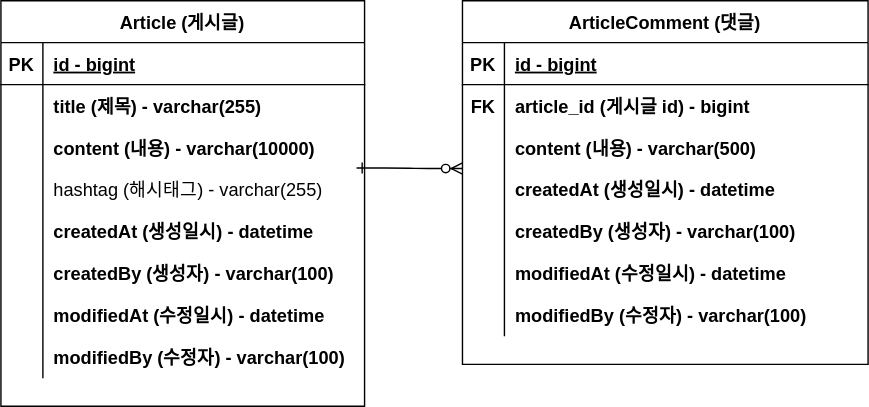
Above: document/board-project.drawio.svg in Seong-Hoon-Lim/fastcampus-board-project (draw.io), before the change. Source tidied: cells renumbered, new cells last; positions are measured from the earlier drawing's top-left corner, leaving out a move shared by most shapes.
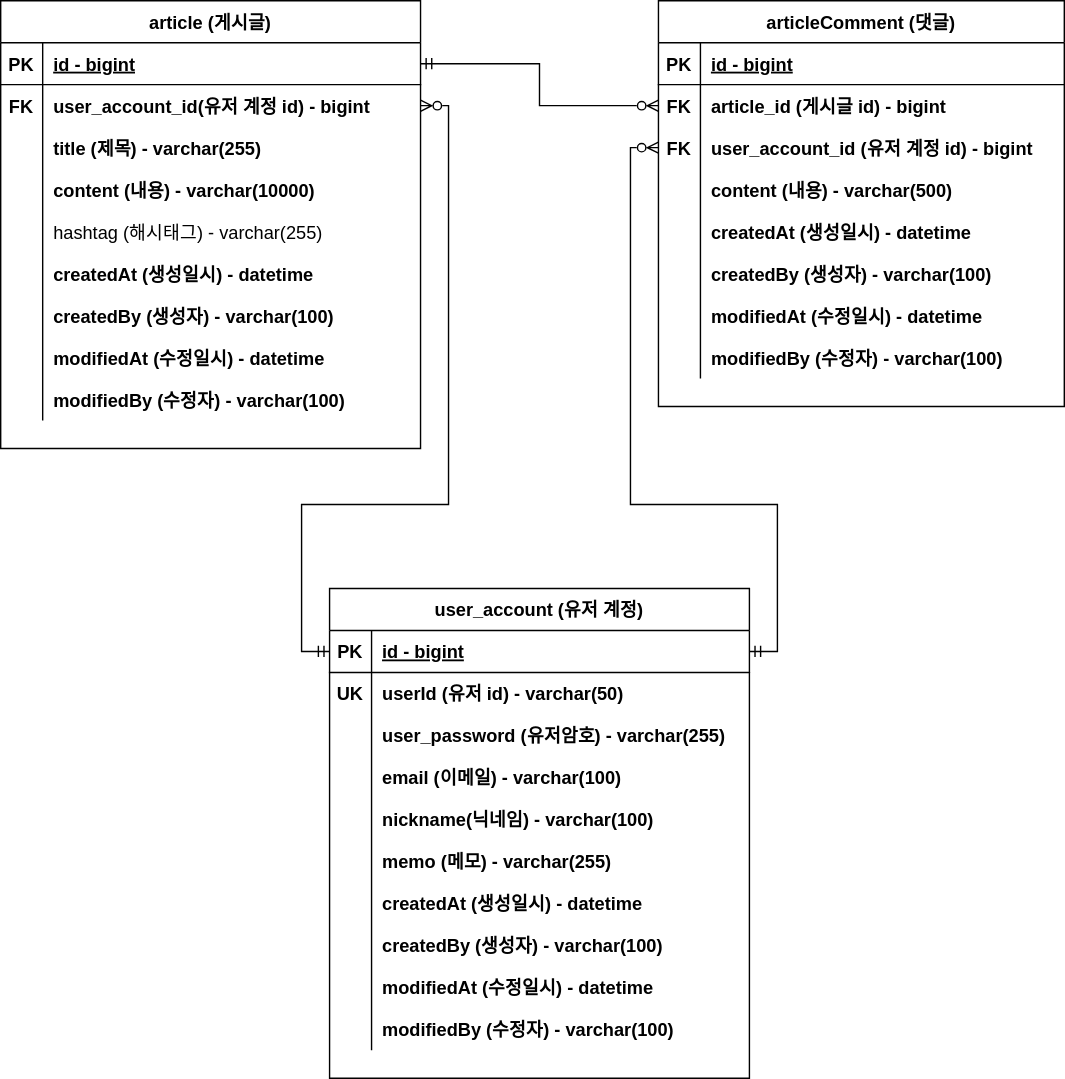
Later version of the same file.

Diff of the diagram source:
```diff
@@ -4,12 +4,7 @@
     <mxCell id="1" parent="0" />
-    <mxCell id="2" style="edgeStyle=entityRelationEdgeStyle;endArrow=ERzeroToMany;startArrow=ERone;endFill=1;startFill=0;exitX=0.978;exitY=0.987;exitDx=0;exitDy=0;fontSize=13;exitPerimeter=0;" parent="1" edge="1" source="10">
-      <mxGeometry relative="1" as="geometry">
-        <mxPoint x="330" y="120" as="targetPoint" />
-      </mxGeometry>
-    </mxCell>
-    <mxCell id="3" value="Article (게시글)" style="shape=table;startSize=30;rowLines=0;fontStyle=1;align=center;fontSize=13;" parent="1" vertex="1">
-      <mxGeometry width="260" height="290" as="geometry" />
+    <mxCell id="3" value="article (게시글)" style="shape=table;startSize=30;rowLines=0;fontStyle=1;align=center;fontSize=13;" parent="1" vertex="1">
+      <mxGeometry x="-80" width="300" height="320" as="geometry" />
     </mxCell>
     <mxCell id="4" style="shape=partialRectangle;fillColor=none;points=[[0,0.5],[1,0.5]];portConstraint=eastwest;top=0;left=0;right=0;bottom=1;fontSize=13;" parent="3" vertex="1">
-      <mxGeometry y="30" width="260" height="30" as="geometry" />
+      <mxGeometry y="30" width="300" height="30" as="geometry" />
     </mxCell>
@@ -19,15 +14,24 @@
     <mxCell id="6" value="id - bigint" style="shape=partialRectangle;overflow=hidden;fillColor=none;top=0;left=0;bottom=0;right=0;align=left;spacingLeft=6;fontStyle=5;fontSize=13;" parent="4" vertex="1">
-      <mxGeometry x="30" width="230" height="30" as="geometry" />
+      <mxGeometry x="30" width="270" height="30" as="geometry" />
     </mxCell>
     <mxCell id="7" style="shape=partialRectangle;fillColor=none;points=[[0,0.5],[1,0.5]];portConstraint=eastwest;top=0;left=0;right=0;bottom=0;fontSize=13;" parent="3" vertex="1">
-      <mxGeometry y="60" width="260" height="30" as="geometry" />
+      <mxGeometry y="60" width="300" height="30" as="geometry" />
     </mxCell>
-    <mxCell id="8" style="shape=partialRectangle;overflow=hidden;fillColor=none;top=0;left=0;bottom=0;right=0;fontSize=13;" parent="7" vertex="1">
+    <mxCell id="8" value="FK" style="shape=partialRectangle;overflow=hidden;fillColor=none;top=0;left=0;bottom=0;right=0;fontSize=13;fontStyle=1;" parent="7" vertex="1">
       <mxGeometry width="30" height="30" as="geometry" />
     </mxCell>
-    <mxCell id="9" value="title (제목) - varchar(255)" style="shape=partialRectangle;overflow=hidden;fillColor=none;top=0;left=0;bottom=0;right=0;align=left;spacingLeft=6;fontStyle=1;fontSize=13;" parent="7" vertex="1">
-      <mxGeometry x="30" width="230" height="30" as="geometry" />
+    <mxCell id="9" value="user_account_id(유저 계정 id) - bigint" style="shape=partialRectangle;overflow=hidden;fillColor=none;top=0;left=0;bottom=0;right=0;align=left;spacingLeft=6;fontStyle=1;fontSize=13;" parent="7" vertex="1">
+      <mxGeometry x="30" width="270" height="30" as="geometry" />
     </mxCell>
+    <mxCell id="50" style="shape=partialRectangle;fillColor=none;top=0;left=0;right=0;bottom=0;fontSize=13;" parent="3" vertex="1">
+      <mxGeometry y="90" width="300" height="30" as="geometry" />
+    </mxCell>
+    <mxCell id="51" style="shape=partialRectangle;overflow=hidden;fillColor=none;top=0;left=0;bottom=0;right=0;fontSize=13;" parent="50" vertex="1">
+      <mxGeometry width="30" height="30" as="geometry" />
+    </mxCell>
+    <mxCell id="52" value="title (제목) - varchar(255)" style="shape=partialRectangle;overflow=hidden;fillColor=none;top=0;left=0;bottom=0;right=0;align=left;spacingLeft=6;fontStyle=1;fontSize=13;" parent="50" vertex="1">
+      <mxGeometry x="30" width="270" height="30" as="geometry" />
+    </mxCell>
     <mxCell id="10" style="shape=partialRectangle;fillColor=none;points=[[0,0.5],[1,0.5]];portConstraint=eastwest;top=0;left=0;right=0;bottom=0;fontSize=13;" parent="3" vertex="1">
-      <mxGeometry y="90" width="260" height="30" as="geometry" />
+      <mxGeometry y="120" width="300" height="30" as="geometry" />
     </mxCell>
@@ -37,6 +41,6 @@
     <mxCell id="12" value="content (내용) - varchar(10000)" style="shape=partialRectangle;overflow=hidden;fillColor=none;top=0;left=0;bottom=0;right=0;align=left;spacingLeft=6;fontStyle=1;fontSize=13;" parent="10" vertex="1">
-      <mxGeometry x="30" width="230" height="30" as="geometry" />
+      <mxGeometry x="30" width="270" height="30" as="geometry" />
     </mxCell>
     <mxCell id="13" style="shape=partialRectangle;fillColor=none;top=0;left=0;right=0;bottom=0;fontSize=13;" parent="3" vertex="1">
-      <mxGeometry y="120" width="260" height="30" as="geometry" />
+      <mxGeometry y="150" width="300" height="30" as="geometry" />
     </mxCell>
@@ -46,6 +50,6 @@
     <mxCell id="15" value="hashtag (해시태그) - varchar(255)" style="shape=partialRectangle;overflow=hidden;fillColor=none;top=0;left=0;bottom=0;right=0;align=left;spacingLeft=6;fontSize=13;" parent="13" vertex="1">
-      <mxGeometry x="30" width="230" height="30" as="geometry" />
+      <mxGeometry x="30" width="270" height="30" as="geometry" />
     </mxCell>
     <mxCell id="16" style="shape=partialRectangle;fillColor=none;top=0;left=0;right=0;bottom=0;fontSize=13;" parent="3" vertex="1">
-      <mxGeometry y="150" width="260" height="30" as="geometry" />
+      <mxGeometry y="180" width="300" height="30" as="geometry" />
     </mxCell>
@@ -55,6 +59,6 @@
     <mxCell id="18" value="createdAt (생성일시) - datetime" style="shape=partialRectangle;overflow=hidden;fillColor=none;top=0;left=0;bottom=0;right=0;align=left;spacingLeft=6;fontStyle=1;fontSize=13;" parent="16" vertex="1">
-      <mxGeometry x="30" width="230" height="30" as="geometry" />
+      <mxGeometry x="30" width="270" height="30" as="geometry" />
     </mxCell>
     <mxCell id="19" style="shape=partialRectangle;fillColor=none;top=0;left=0;right=0;bottom=0;fontSize=13;" parent="3" vertex="1">
-      <mxGeometry y="180" width="260" height="30" as="geometry" />
+      <mxGeometry y="210" width="300" height="30" as="geometry" />
     </mxCell>
@@ -64,6 +68,6 @@
     <mxCell id="21" value="createdBy (생성자) - varchar(100)" style="shape=partialRectangle;overflow=hidden;fillColor=none;top=0;left=0;bottom=0;right=0;align=left;spacingLeft=6;fontStyle=1;fontSize=13;" parent="19" vertex="1">
-      <mxGeometry x="30" width="230" height="30" as="geometry" />
+      <mxGeometry x="30" width="270" height="30" as="geometry" />
     </mxCell>
     <mxCell id="22" style="shape=partialRectangle;fillColor=none;top=0;left=0;right=0;bottom=0;fontSize=13;" parent="3" vertex="1">
-      <mxGeometry y="210" width="260" height="30" as="geometry" />
+      <mxGeometry y="240" width="300" height="30" as="geometry" />
     </mxCell>
@@ -73,6 +77,6 @@
     <mxCell id="24" value="modifiedAt (수정일시) - datetime" style="shape=partialRectangle;overflow=hidden;fillColor=none;top=0;left=0;bottom=0;right=0;align=left;spacingLeft=6;fontStyle=1;fontSize=13;" parent="22" vertex="1">
-      <mxGeometry x="30" width="230" height="30" as="geometry" />
+      <mxGeometry x="30" width="270" height="30" as="geometry" />
     </mxCell>
     <mxCell id="25" style="shape=partialRectangle;fillColor=none;top=0;left=0;right=0;bottom=0;fontSize=13;" parent="3" vertex="1">
-      <mxGeometry y="240" width="260" height="30" as="geometry" />
+      <mxGeometry y="270" width="300" height="30" as="geometry" />
     </mxCell>
@@ -82,6 +86,6 @@
     <mxCell id="27" value="modifiedBy (수정자) - varchar(100)" style="shape=partialRectangle;overflow=hidden;fillColor=none;top=0;left=0;bottom=0;right=0;align=left;spacingLeft=6;fontStyle=1;fontSize=13;" parent="25" vertex="1">
-      <mxGeometry x="30" width="230" height="30" as="geometry" />
+      <mxGeometry x="30" width="270" height="30" as="geometry" />
     </mxCell>
-    <mxCell id="28" value="ArticleComment (댓글)" style="shape=table;startSize=30;rowLines=0;fontStyle=1;align=center;fontSize=13;" parent="1" vertex="1">
-      <mxGeometry x="330" width="290" height="260" as="geometry" />
+    <mxCell id="28" value="articleComment (댓글)" style="shape=table;startSize=30;rowLines=0;fontStyle=1;align=center;fontSize=13;" parent="1" vertex="1">
+      <mxGeometry x="390" width="290" height="290" as="geometry" />
     </mxCell>
@@ -105,4 +109,13 @@
     </mxCell>
+    <mxCell id="53" style="shape=partialRectangle;fillColor=none;points=[[0,0.5],[1,0.5]];portConstraint=eastwest;top=0;left=0;right=0;bottom=0;fontSize=13;" parent="28" vertex="1">
+      <mxGeometry y="90" width="290" height="30" as="geometry" />
+    </mxCell>
+    <mxCell id="54" value="FK" style="shape=partialRectangle;overflow=hidden;fillColor=none;top=0;left=0;bottom=0;right=0;fontSize=13;fontStyle=1;" parent="53" vertex="1">
+      <mxGeometry width="30" height="30" as="geometry" />
+    </mxCell>
+    <mxCell id="55" value="user_account_id (유저 계정 id) - bigint" style="shape=partialRectangle;overflow=hidden;fillColor=none;top=0;left=0;bottom=0;right=0;align=left;spacingLeft=6;fontStyle=1;fontSize=13;" parent="53" vertex="1">
+      <mxGeometry x="30" width="260" height="30" as="geometry" />
+    </mxCell>
     <mxCell id="35" style="shape=partialRectangle;fillColor=none;top=0;left=0;right=0;bottom=0;fontSize=13;" parent="28" vertex="1">
-      <mxGeometry y="90" width="290" height="30" as="geometry" />
+      <mxGeometry y="120" width="290" height="30" as="geometry" />
     </mxCell>
@@ -115,3 +128,3 @@
     <mxCell id="38" style="shape=partialRectangle;fillColor=none;top=0;left=0;right=0;bottom=0;fontSize=13;" parent="28" vertex="1">
-      <mxGeometry y="120" width="290" height="30" as="geometry" />
+      <mxGeometry y="150" width="290" height="30" as="geometry" />
     </mxCell>
@@ -124,3 +137,3 @@
     <mxCell id="41" style="shape=partialRectangle;fillColor=none;top=0;left=0;right=0;bottom=0;fontSize=13;" parent="28" vertex="1">
-      <mxGeometry y="150" width="290" height="30" as="geometry" />
+      <mxGeometry y="180" width="290" height="30" as="geometry" />
     </mxCell>
@@ -133,3 +146,3 @@
     <mxCell id="44" style="shape=partialRectangle;fillColor=none;top=0;left=0;right=0;bottom=0;fontSize=13;" parent="28" vertex="1">
-      <mxGeometry y="180" width="290" height="30" as="geometry" />
+      <mxGeometry y="210" width="290" height="30" as="geometry" />
     </mxCell>
@@ -142,3 +155,3 @@
     <mxCell id="47" style="shape=partialRectangle;fillColor=none;top=0;left=0;right=0;bottom=0;fontSize=13;" parent="28" vertex="1">
-      <mxGeometry y="210" width="290" height="30" as="geometry" />
+      <mxGeometry y="240" width="290" height="30" as="geometry" />
     </mxCell>
@@ -150,2 +163,118 @@
     </mxCell>
+    <mxCell id="56" style="edgeStyle=orthogonalEdgeStyle;rounded=0;jettySize=auto;html=1;exitX=1;exitY=0.5;exitDx=0;exitDy=0;endArrow=ERzeroToMany;endFill=0;startArrow=ERmandOne;startFill=0;" parent="1" edge="1" source="4" target="32">
+      <mxGeometry relative="1" as="geometry" />
+    </mxCell>
+    <mxCell id="57" value="user_account (유저 계정)" style="shape=table;startSize=30;rowLines=0;fontStyle=1;align=center;fontSize=13;" parent="1" vertex="1">
+      <mxGeometry x="155" y="420" width="300" height="350" as="geometry" />
+    </mxCell>
+    <mxCell id="58" style="shape=partialRectangle;fillColor=none;points=[[0,0.5],[1,0.5]];portConstraint=eastwest;top=0;left=0;right=0;bottom=1;fontSize=13;" parent="57" vertex="1">
+      <mxGeometry y="30" width="300" height="30" as="geometry" />
+    </mxCell>
+    <mxCell id="59" value="PK" style="shape=partialRectangle;overflow=hidden;fillColor=none;top=0;left=0;bottom=0;right=0;fontStyle=1;fontSize=13;" parent="58" vertex="1">
+      <mxGeometry width="30" height="30" as="geometry" />
+    </mxCell>
+    <mxCell id="60" value="id - bigint" style="shape=partialRectangle;overflow=hidden;fillColor=none;top=0;left=0;bottom=0;right=0;align=left;spacingLeft=6;fontStyle=5;fontSize=13;" parent="58" vertex="1">
+      <mxGeometry x="30" width="270" height="30" as="geometry" />
+    </mxCell>
+    <mxCell id="61" style="shape=partialRectangle;fillColor=none;top=0;left=0;right=0;bottom=0;fontSize=13;" parent="57" vertex="1">
+      <mxGeometry y="60" width="300" height="30" as="geometry" />
+    </mxCell>
+    <mxCell id="62" value="UK" style="shape=partialRectangle;overflow=hidden;fillColor=none;top=0;left=0;bottom=0;right=0;fontSize=13;fontStyle=1;" parent="61" vertex="1">
+      <mxGeometry width="30" height="30" as="geometry" />
+    </mxCell>
+    <mxCell id="63" value="userId (유저 id) - varchar(50)" style="shape=partialRectangle;overflow=hidden;fillColor=none;top=0;left=0;bottom=0;right=0;align=left;spacingLeft=6;fontStyle=1;fontSize=13;" parent="61" vertex="1">
+      <mxGeometry x="30" width="270" height="30" as="geometry" />
+    </mxCell>
+    <mxCell id="64" style="shape=partialRectangle;fillColor=none;top=0;left=0;right=0;bottom=0;fontSize=13;" parent="57" vertex="1">
+      <mxGeometry y="90" width="300" height="30" as="geometry" />
+    </mxCell>
+    <mxCell id="65" style="shape=partialRectangle;overflow=hidden;fillColor=none;top=0;left=0;bottom=0;right=0;fontSize=13;" parent="64" vertex="1">
+      <mxGeometry width="30" height="30" as="geometry" />
+    </mxCell>
+    <mxCell id="66" value="user_password (유저암호) - varchar(255)" style="shape=partialRectangle;overflow=hidden;fillColor=none;top=0;left=0;bottom=0;right=0;align=left;spacingLeft=6;fontStyle=1;fontSize=13;" parent="64" vertex="1">
+      <mxGeometry x="30" width="270" height="30" as="geometry" />
+    </mxCell>
+    <mxCell id="67" style="shape=partialRectangle;fillColor=none;top=0;left=0;right=0;bottom=0;fontSize=13;" parent="57" vertex="1">
+      <mxGeometry y="120" width="300" height="30" as="geometry" />
+    </mxCell>
+    <mxCell id="68" style="shape=partialRectangle;overflow=hidden;fillColor=none;top=0;left=0;bottom=0;right=0;fontSize=13;" parent="67" vertex="1">
+      <mxGeometry width="30" height="30" as="geometry" />
+    </mxCell>
+    <mxCell id="69" value="email (이메일) - varchar(100)" style="shape=partialRectangle;overflow=hidden;fillColor=none;top=0;left=0;bottom=0;right=0;align=left;spacingLeft=6;fontStyle=1;fontSize=13;" parent="67" vertex="1">
+      <mxGeometry x="30" width="270" height="30" as="geometry" />
+    </mxCell>
+    <mxCell id="70" style="shape=partialRectangle;fillColor=none;top=0;left=0;right=0;bottom=0;fontSize=13;" parent="57" vertex="1">
+      <mxGeometry y="150" width="300" height="30" as="geometry" />
+    </mxCell>
+    <mxCell id="71" style="shape=partialRectangle;overflow=hidden;fillColor=none;top=0;left=0;bottom=0;right=0;fontSize=13;" parent="70" vertex="1">
+      <mxGeometry width="30" height="30" as="geometry" />
+    </mxCell>
+    <mxCell id="72" value="nickname(닉네임) - varchar(100)" style="shape=partialRectangle;overflow=hidden;fillColor=none;top=0;left=0;bottom=0;right=0;align=left;spacingLeft=6;fontSize=13;fontStyle=1;" parent="70" vertex="1">
+      <mxGeometry x="30" width="270" height="30" as="geometry" />
+    </mxCell>
+    <mxCell id="73" style="shape=partialRectangle;fillColor=none;top=0;left=0;right=0;bottom=0;fontSize=13;" parent="57" vertex="1">
+      <mxGeometry y="180" width="300" height="30" as="geometry" />
+    </mxCell>
+    <mxCell id="74" style="shape=partialRectangle;overflow=hidden;fillColor=none;top=0;left=0;bottom=0;right=0;fontSize=13;" parent="73" vertex="1">
+      <mxGeometry width="30" height="30" as="geometry" />
+    </mxCell>
+    <mxCell id="75" value="memo (메모) - varchar(255)" style="shape=partialRectangle;overflow=hidden;fillColor=none;top=0;left=0;bottom=0;right=0;align=left;spacingLeft=6;fontSize=13;fontStyle=1;" parent="73" vertex="1">
+      <mxGeometry x="30" width="270" height="30" as="geometry" />
+    </mxCell>
+    <mxCell id="76" style="shape=partialRectangle;fillColor=none;top=0;left=0;right=0;bottom=0;fontSize=13;" parent="57" vertex="1">
+      <mxGeometry y="210" width="300" height="30" as="geometry" />
+    </mxCell>
+    <mxCell id="77" style="shape=partialRectangle;overflow=hidden;fillColor=none;top=0;left=0;bottom=0;right=0;fontSize=13;" parent="76" vertex="1">
+      <mxGeometry width="30" height="30" as="geometry" />
+    </mxCell>
+    <mxCell id="78" value="createdAt (생성일시) - datetime" style="shape=partialRectangle;overflow=hidden;fillColor=none;top=0;left=0;bottom=0;right=0;align=left;spacingLeft=6;fontStyle=1;fontSize=13;" parent="76" vertex="1">
+      <mxGeometry x="30" width="270" height="30" as="geometry" />
+    </mxCell>
+    <mxCell id="79" style="shape=partialRectangle;fillColor=none;top=0;left=0;right=0;bottom=0;fontSize=13;" parent="57" vertex="1">
+      <mxGeometry y="240" width="300" height="30" as="geometry" />
+    </mxCell>
+    <mxCell id="80" style="shape=partialRectangle;overflow=hidden;fillColor=none;top=0;left=0;bottom=0;right=0;fontSize=13;" parent="79" vertex="1">
+      <mxGeometry width="30" height="30" as="geometry" />
+    </mxCell>
+    <mxCell id="81" value="createdBy (생성자) - varchar(100)" style="shape=partialRectangle;overflow=hidden;fillColor=none;top=0;left=0;bottom=0;right=0;align=left;spacingLeft=6;fontStyle=1;fontSize=13;" parent="79" vertex="1">
+      <mxGeometry x="30" width="270" height="30" as="geometry" />
+    </mxCell>
+    <mxCell id="82" style="shape=partialRectangle;fillColor=none;top=0;left=0;right=0;bottom=0;fontSize=13;" parent="57" vertex="1">
+      <mxGeometry y="270" width="300" height="30" as="geometry" />
+    </mxCell>
+    <mxCell id="83" style="shape=partialRectangle;overflow=hidden;fillColor=none;top=0;left=0;bottom=0;right=0;fontSize=13;" parent="82" vertex="1">
+      <mxGeometry width="30" height="30" as="geometry" />
+    </mxCell>
+    <mxCell id="84" value="modifiedAt (수정일시) - datetime" style="shape=partialRectangle;overflow=hidden;fillColor=none;top=0;left=0;bottom=0;right=0;align=left;spacingLeft=6;fontStyle=1;fontSize=13;" parent="82" vertex="1">
+      <mxGeometry x="30" width="270" height="30" as="geometry" />
+    </mxCell>
+    <mxCell id="85" style="shape=partialRectangle;fillColor=none;top=0;left=0;right=0;bottom=0;fontSize=13;" parent="57" vertex="1">
+      <mxGeometry y="300" width="300" height="30" as="geometry" />
+    </mxCell>
+    <mxCell id="86" style="shape=partialRectangle;overflow=hidden;fillColor=none;top=0;left=0;bottom=0;right=0;fontSize=13;" parent="85" vertex="1">
+      <mxGeometry width="30" height="30" as="geometry" />
+    </mxCell>
+    <mxCell id="87" value="modifiedBy (수정자) - varchar(100)" style="shape=partialRectangle;overflow=hidden;fillColor=none;top=0;left=0;bottom=0;right=0;align=left;spacingLeft=6;fontStyle=1;fontSize=13;" parent="85" vertex="1">
+      <mxGeometry x="30" width="270" height="30" as="geometry" />
+    </mxCell>
+    <mxCell id="88" style="edgeStyle=orthogonalEdgeStyle;rounded=0;jettySize=auto;html=1;exitX=0;exitY=0.5;exitDx=0;exitDy=0;startArrow=ERmandOne;startFill=0;endArrow=ERzeroToMany;endFill=0;" parent="1" edge="1" source="58" target="7">
+      <mxGeometry relative="1" as="geometry">
+        <Array as="points">
+          <mxPoint x="135" y="465" />
+          <mxPoint x="135" y="360" />
+          <mxPoint x="240" y="360" />
+          <mxPoint x="240" y="75" />
+        </Array>
+      </mxGeometry>
+    </mxCell>
+    <mxCell id="89" style="edgeStyle=orthogonalEdgeStyle;rounded=0;jettySize=auto;html=1;exitX=1;exitY=0.5;exitDx=0;exitDy=0;startArrow=ERmandOne;startFill=0;endArrow=ERzeroToMany;endFill=0;" parent="1" edge="1" source="58" target="53">
+      <mxGeometry relative="1" as="geometry">
+        <Array as="points">
+          <mxPoint x="475" y="465" />
+          <mxPoint x="475" y="360" />
+          <mxPoint x="370" y="360" />
+          <mxPoint x="370" y="105" />
+        </Array>
+      </mxGeometry>
+    </mxCell>
   </root>
```
